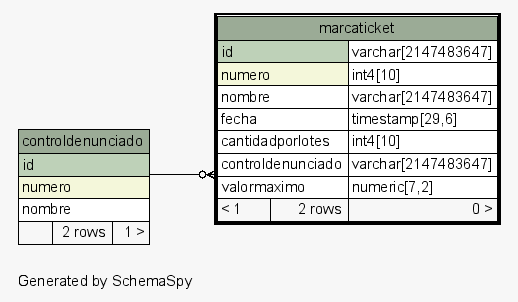
diegopablomansilla/massoftware_front keeps this Graphviz diagram as postgresql/schemaSpy/salida/diagrams/marcaticket.1degree.png. Above is the earlier version. Its source is kept beside it as postgresql/schemaSpy/salida/diagrams/marcaticket.1degree.dot.
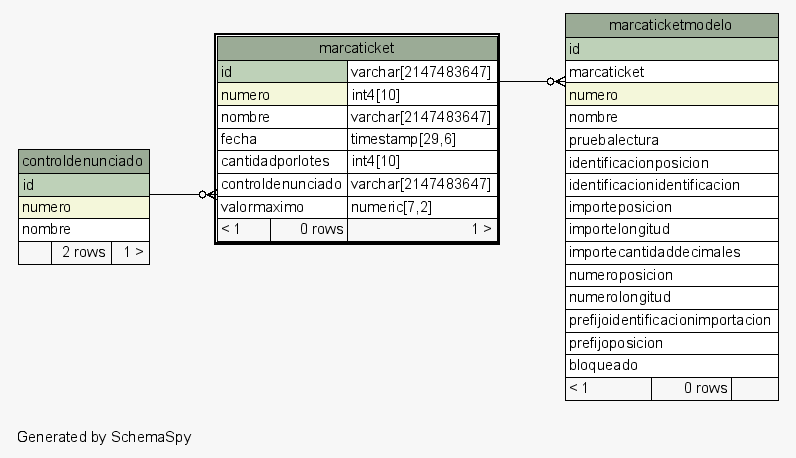
After the commit.

The edit, as a diff of the source:
```diff
@@ -18,6 +18,7 @@
     arrowsize="0.8"
   ];
   "marcaticket":"controldenunciado":sw -> "controldenunciado":"id":se [arrowhead=none dir=back arrowtail=crowodot];
+  "marcaticketmodelo":"marcaticket":sw -> "marcaticket":"id.type":se [arrowhead=none dir=back arrowtail=crowodot];
   "controldenunciado" [
     label=<
     <TABLE BORDER="0" CELLBORDER="1" CELLSPACING="0" BGCOLOR="#ffffff">
@@ -41,9 +42,33 @@
       <TR><TD PORT="cantidadporlotes" COLSPAN="2" ALIGN="LEFT">cantidadporlotes</TD><TD PORT="cantidadporlotes.type" ALIGN="LEFT">int4[10]</TD></TR>
       <TR><TD PORT="controldenunciado" COLSPAN="2" ALIGN="LEFT">controldenunciado</TD><TD PORT="controldenunciado.type" ALIGN="LEFT">varchar[2147483647]</TD></TR>
       <TR><TD PORT="valormaximo" COLSPAN="2" ALIGN="LEFT">valormaximo</TD><TD PORT="valormaximo.type" ALIGN="LEFT">numeric[7,2]</TD></TR>
-      <TR><TD ALIGN="LEFT" BGCOLOR="#f7f7f7">&lt; 1</TD><TD ALIGN="RIGHT" BGCOLOR="#f7f7f7">2 rows</TD><TD ALIGN="RIGHT" BGCOLOR="#f7f7f7">0 &gt;</TD></TR>
+      <TR><TD ALIGN="LEFT" BGCOLOR="#f7f7f7">&lt; 1</TD><TD ALIGN="RIGHT" BGCOLOR="#f7f7f7">0 rows</TD><TD ALIGN="RIGHT" BGCOLOR="#f7f7f7">1 &gt;</TD></TR>
     </TABLE>>
     URL="marcaticket.html"
     tooltip="marcaticket"
   ];
+  "marcaticketmodelo" [
+    label=<
+    <TABLE BORDER="0" CELLBORDER="1" CELLSPACING="0" BGCOLOR="#ffffff">
+      <TR><TD COLSPAN="3" BGCOLOR="#9bab96" ALIGN="CENTER">marcaticketmodelo</TD></TR>
+      <TR><TD PORT="id" COLSPAN="3" BGCOLOR="#bed1b8" ALIGN="LEFT">id</TD></TR>
+      <TR><TD PORT="marcaticket" COLSPAN="3" ALIGN="LEFT">marcaticket</TD></TR>
+      <TR><TD PORT="numero" COLSPAN="3" BGCOLOR="#f4f7da" ALIGN="LEFT">numero</TD></TR>
+      <TR><TD PORT="nombre" COLSPAN="3" ALIGN="LEFT">nombre</TD></TR>
+      <TR><TD PORT="pruebalectura" COLSPAN="3" ALIGN="LEFT">pruebalectura</TD></TR>
+      <TR><TD PORT="identificacionposicion" COLSPAN="3" ALIGN="LEFT">identificacionposicion</TD></TR>
+      <TR><TD PORT="identificacionidentificacion" COLSPAN="3" ALIGN="LEFT">identificacionidentificacion</TD></TR>
+      <TR><TD PORT="importeposicion" COLSPAN="3" ALIGN="LEFT">importeposicion</TD></TR>
+      <TR><TD PORT="importelongitud" COLSPAN="3" ALIGN="LEFT">importelongitud</TD></TR>
+      <TR><TD PORT="importecantidaddecimales" COLSPAN="3" ALIGN="LEFT">importecantidaddecimales</TD></TR>
+      <TR><TD PORT="numeroposicion" COLSPAN="3" ALIGN="LEFT">numeroposicion</TD></TR>
+      <TR><TD PORT="numerolongitud" COLSPAN="3" ALIGN="LEFT">numerolongitud</TD></TR>
+      <TR><TD PORT="prefijoidentificacionimportacion" COLSPAN="3" ALIGN="LEFT">prefijoidentificacionimportacion</TD></TR>
+      <TR><TD PORT="prefijoposicion" COLSPAN="3" ALIGN="LEFT">prefijoposicion</TD></TR>
+      <TR><TD PORT="bloqueado" COLSPAN="3" ALIGN="LEFT">bloqueado</TD></TR>
+      <TR><TD ALIGN="LEFT" BGCOLOR="#f7f7f7">&lt; 1</TD><TD ALIGN="RIGHT" BGCOLOR="#f7f7f7">0 rows</TD><TD ALIGN="RIGHT" BGCOLOR="#f7f7f7">  </TD></TR>
+    </TABLE>>
+    URL="marcaticketmodelo.html"
+    tooltip="marcaticketmodelo"
+  ];
 }
```
